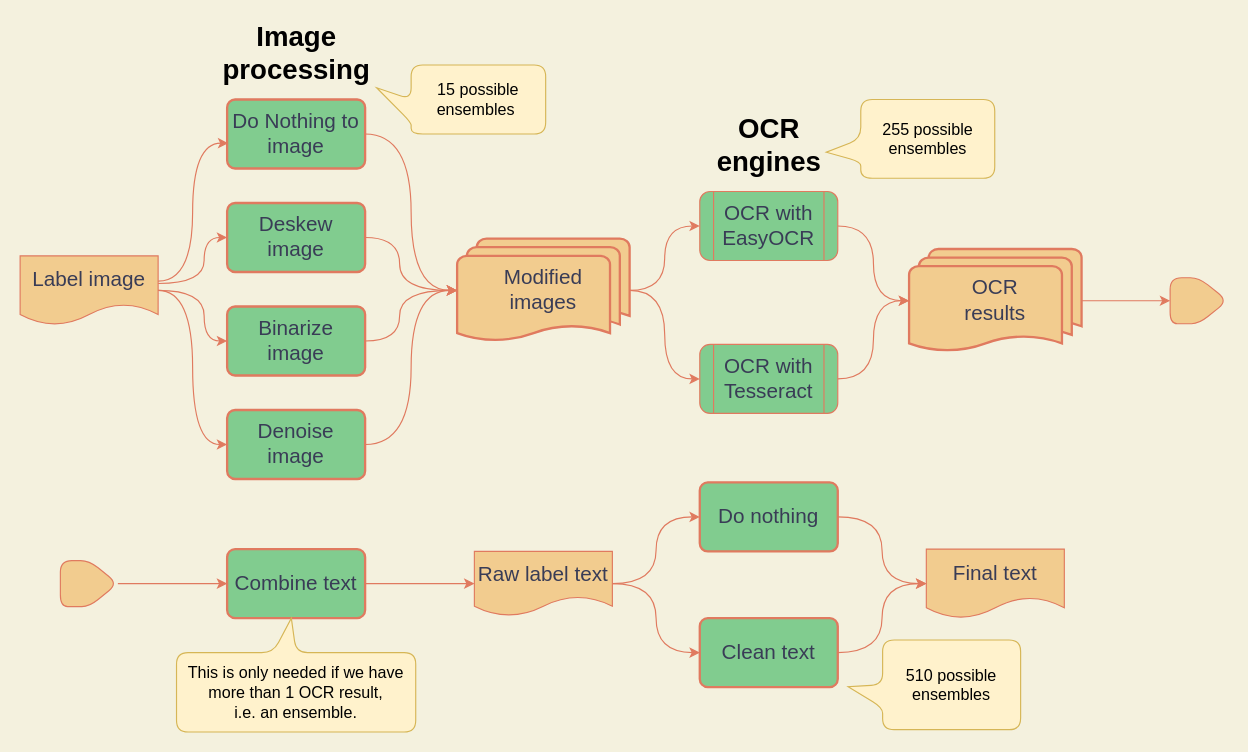
Earlier version of the draw.io diagram assets/ocr_flow.drawio (rafelafrance/digi_leap_old). Source tidied: cells renumbered, new cells numbered last; positions are measured from the earlier drawing's top-left corner, leaving out a move shared by most shapes. Both pictures are drawn from the tidied source at 115%, with x=0, y=0 at pixel (20, 30).
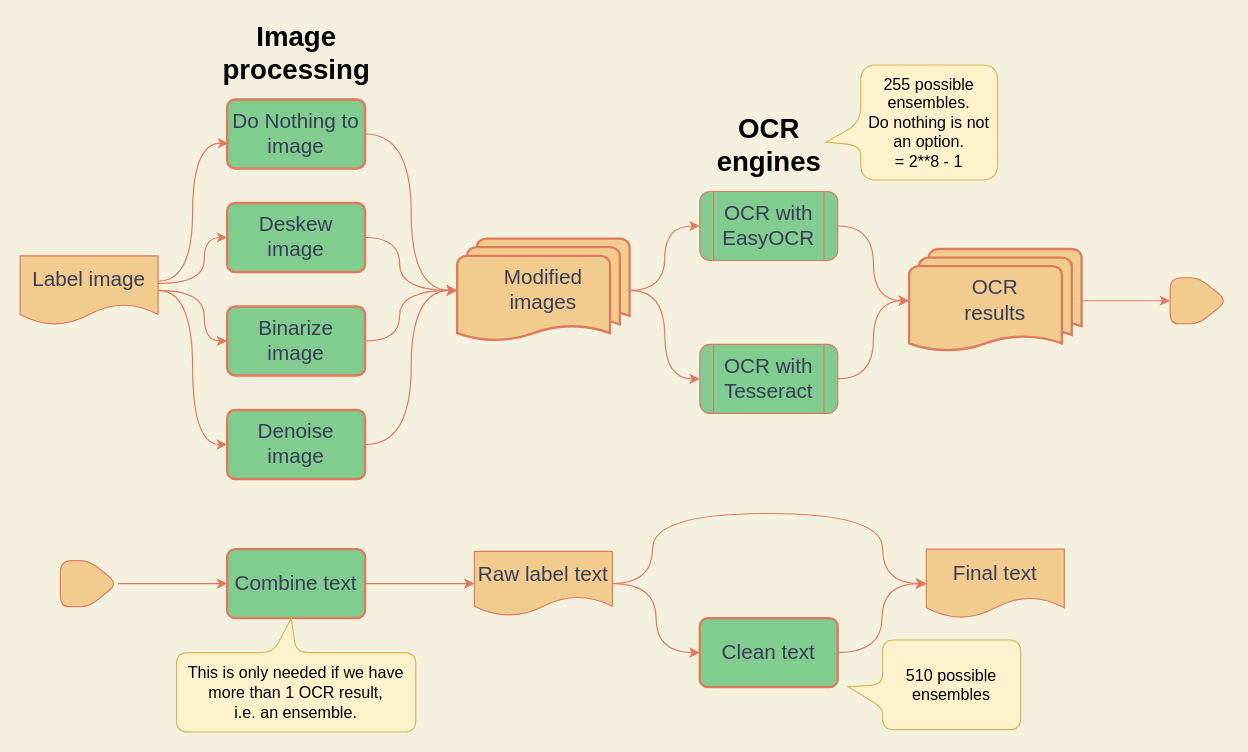
Above is the later version.

The change refers to these unchanged cells:
```xml
<mxCell id="6" value="Raw label text" style="shape=document;whiteSpace=wrap;html=1;boundedLbl=1;fontSize=18;rounded=1;fillColor=#F2CC8F;strokeColor=#E07A5F;fontColor=#393C56;" parent="1" vertex="1">
  <mxGeometry x="395" y="453" width="120" height="56" as="geometry" />
</mxCell>
<mxCell id="9" value="Final text" style="shape=document;whiteSpace=wrap;html=1;boundedLbl=1;fontSize=18;rounded=1;fillColor=#F2CC8F;strokeColor=#E07A5F;fontColor=#393C56;" parent="1" vertex="1">
  <mxGeometry x="788" y="451" width="120" height="60" as="geometry" />
</mxCell>
```

Diff of the diagram source:
```diff
@@
-    <mxCell id="5" style="edgeStyle=orthogonalEdgeStyle;rounded=1;jettySize=auto;html=1;entryX=0;entryY=0.5;entryDx=0;entryDy=0;strokeColor=#E07A5F;fontColor=#393C56;labelBackgroundColor=#F4F1DE;curved=1;" parent="1" edge="1" source="6" target="8">
-      <mxGeometry relative="1" as="geometry" />
-    </mxCell>
@@
-    <mxCell id="7" style="edgeStyle=orthogonalEdgeStyle;rounded=1;jettySize=auto;html=1;entryX=0;entryY=0.5;entryDx=0;entryDy=0;strokeColor=#E07A5F;fontColor=#393C56;labelBackgroundColor=#F4F1DE;curved=1;exitX=1;exitY=0.5;exitDx=0;exitDy=0;" parent="1" edge="1" source="8" target="9">
-      <mxGeometry relative="1" as="geometry" />
+    <mxCell id="7" style="edgeStyle=orthogonalEdgeStyle;rounded=1;jettySize=auto;html=1;entryX=0;entryY=0.5;entryDx=0;entryDy=0;strokeColor=#E07A5F;fontColor=#393C56;labelBackgroundColor=#F4F1DE;curved=1;exitX=1;exitY=0.5;exitDx=0;exitDy=0;" parent="1" edge="1" source="6" target="9">
+      <mxGeometry relative="1" as="geometry">
+        <Array as="points">
+          <mxPoint x="550" y="481" />
+          <mxPoint x="550" y="420" />
+          <mxPoint x="750" y="420" />
+          <mxPoint x="750" y="481" />
+        </Array>
+      </mxGeometry>
     </mxCell>
-    <mxCell id="8" value="Do nothing" style="rounded=1;whiteSpace=wrap;html=1;absoluteArcSize=1;arcSize=14;strokeWidth=2;fontSize=18;fillColor=#81CC8F;strokeColor=#E07A5F;fontColor=#393C56;" parent="1" vertex="1">
-      <mxGeometry x="591" y="393" width="120" height="60" as="geometry" />
-    </mxCell>
@@
-    <mxCell id="39" value="15 possible ensembles&amp;nbsp;" style="shape=callout;whiteSpace=wrap;html=1;perimeter=calloutPerimeter;fontSize=14;direction=south;position2=0.33;rounded=1;fillColor=#fff2cc;strokeColor=#d6b656;" parent="1" vertex="1">
-      <mxGeometry x="310" y="30" width="147" height="60" as="geometry" />
-    </mxCell>
-    <mxCell id="40" value="255 possible ensembles" style="shape=callout;whiteSpace=wrap;html=1;perimeter=calloutPerimeter;fontSize=14;direction=south;position2=0.67;rounded=1;fillColor=#fff2cc;strokeColor=#d6b656;" parent="1" vertex="1">
-      <mxGeometry x="701" y="60" width="146.5" height="68.5" as="geometry" />
+    <mxCell id="40" value="255 possible ensembles.&lt;br&gt;Do nothing is not an option.&lt;br&gt;= 2**8 - 1" style="shape=callout;whiteSpace=wrap;html=1;perimeter=calloutPerimeter;fontSize=14;direction=south;position2=0.67;rounded=1;fillColor=#fff2cc;strokeColor=#d6b656;arcSize=27;" parent="1" vertex="1">
+      <mxGeometry x="701" y="30" width="149" height="100" as="geometry" />
     </mxCell>
```
